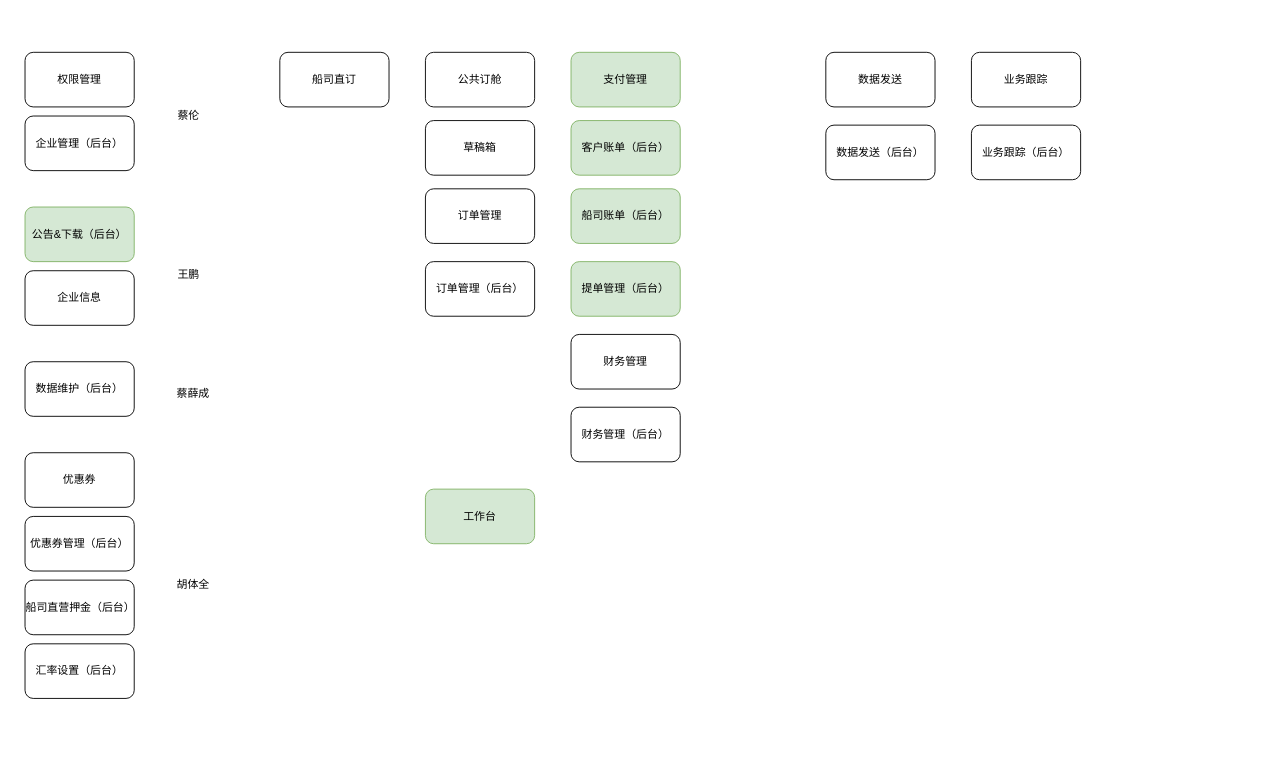
Above: booking/开发模块.drawio in caixuecheng/track-drawio (draw.io), before the change. Source tidied: cells renumbered, new cells numbered last; positions are measured from the earlier drawing's top-left corner, leaving out a move shared by most shapes. Both pictures are drawn from the tidied source at 91%, with x=0, y=0 at pixel (25, 52).
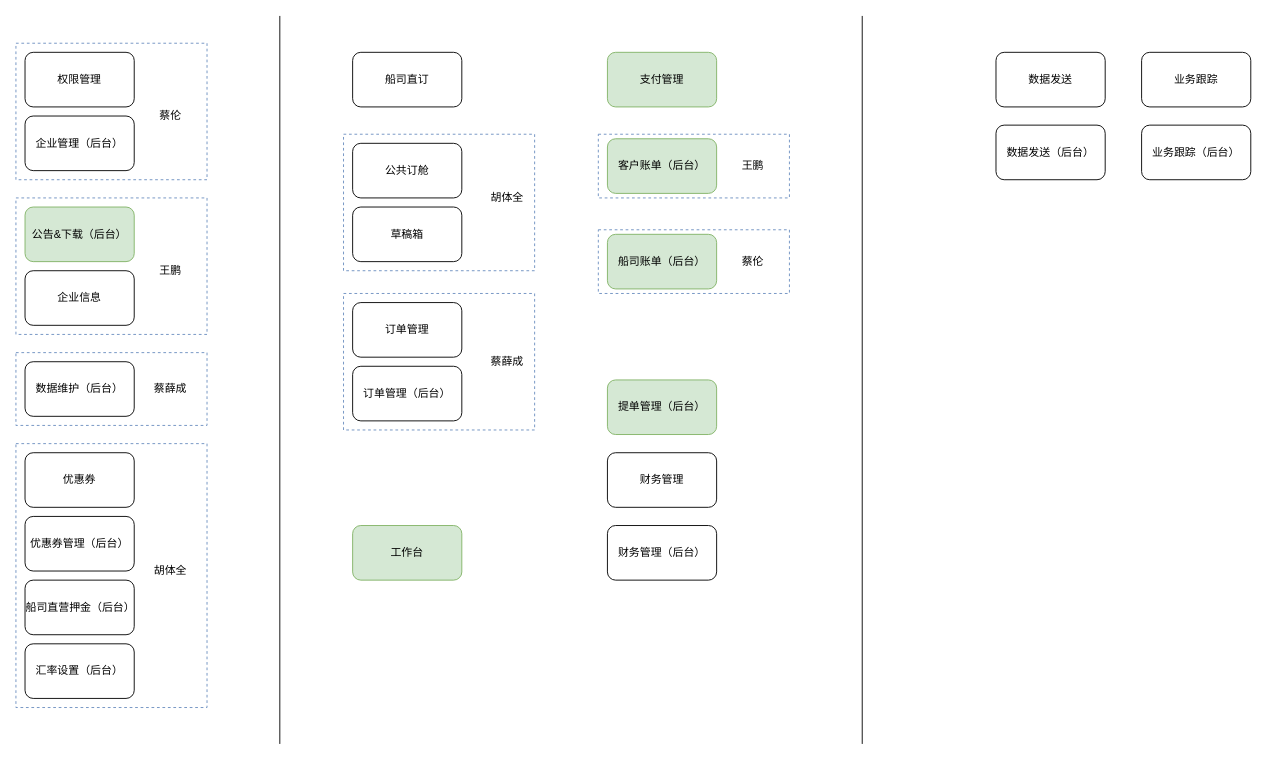
The same page after the edit.

Commit message:
更新开发模块.drawio

Change to the diagram source:
```diff
@@
+    <mxCell id="31" style="rounded=0;whiteSpace=wrap;html=1;dashed=1;strokeColor=#6c8ebf;fillColor=none;" parent="1" vertex="1">
+      <mxGeometry x="-10" y="430" width="210" height="290" as="geometry" />
+    </mxCell>
+    <mxCell id="32" style="rounded=0;whiteSpace=wrap;html=1;dashed=1;strokeColor=#6c8ebf;fillColor=none;" parent="1" vertex="1">
+      <mxGeometry x="-10" y="160" width="210" height="150" as="geometry" />
+    </mxCell>
+    <mxCell id="33" style="rounded=0;whiteSpace=wrap;html=1;dashed=1;strokeColor=#6c8ebf;fillColor=none;" parent="1" vertex="1">
+      <mxGeometry x="350" y="265" width="210" height="150" as="geometry" />
+    </mxCell>
+    <mxCell id="34" style="rounded=0;whiteSpace=wrap;html=1;dashed=1;strokeColor=#6c8ebf;fillColor=none;" parent="1" vertex="1">
+      <mxGeometry x="350" y="90" width="210" height="150" as="geometry" />
+    </mxCell>
+    <mxCell id="35" style="rounded=0;whiteSpace=wrap;html=1;dashed=1;strokeColor=#6c8ebf;fillColor=none;" parent="1" vertex="1">
+      <mxGeometry x="-10" y="-10" width="210" height="150" as="geometry" />
+    </mxCell>
@@
     <mxCell id="11" value="船司直订" style="rounded=1;whiteSpace=wrap;html=1;" parent="1" vertex="1">
-      <mxGeometry x="280" width="120" height="60" as="geometry" />
+      <mxGeometry x="360" width="120" height="60" as="geometry" />
     </mxCell>
     <mxCell id="12" value="公共订舱" style="rounded=1;whiteSpace=wrap;html=1;" parent="1" vertex="1">
-      <mxGeometry x="440" width="120" height="60" as="geometry" />
+      <mxGeometry x="360" y="100" width="120" height="60" as="geometry" />
     </mxCell>
     <mxCell id="13" value="草稿箱" style="rounded=1;whiteSpace=wrap;html=1;" parent="1" vertex="1">
-      <mxGeometry x="440" y="75" width="120" height="60" as="geometry" />
+      <mxGeometry x="360" y="170" width="120" height="60" as="geometry" />
     </mxCell>
     <mxCell id="14" value="订单管理" style="rounded=1;whiteSpace=wrap;html=1;" parent="1" vertex="1">
-      <mxGeometry x="440" y="150" width="120" height="60" as="geometry" />
+      <mxGeometry x="360" y="275" width="120" height="60" as="geometry" />
     </mxCell>
     <mxCell id="15" value="订单管理（后台）" style="rounded=1;whiteSpace=wrap;html=1;" parent="1" vertex="1">
-      <mxGeometry x="440" y="230" width="120" height="60" as="geometry" />
+      <mxGeometry x="360" y="345" width="120" height="60" as="geometry" />
     </mxCell>
     <mxCell id="16" value="支付管理" style="rounded=1;whiteSpace=wrap;html=1;fillColor=#d5e8d4;strokeColor=#82b366;" parent="1" vertex="1">
-      <mxGeometry x="600" width="120" height="60" as="geometry" />
+      <mxGeometry x="640" width="120" height="60" as="geometry" />
     </mxCell>
     <mxCell id="17" value="客户账单（后台）" style="rounded=1;whiteSpace=wrap;html=1;fillColor=#d5e8d4;strokeColor=#82b366;" parent="1" vertex="1">
-      <mxGeometry x="600" y="75" width="120" height="60" as="geometry" />
+      <mxGeometry x="640" y="95" width="120" height="60" as="geometry" />
     </mxCell>
     <mxCell id="18" value="船司账单（后台）" style="rounded=1;whiteSpace=wrap;html=1;fillColor=#d5e8d4;strokeColor=#82b366;" parent="1" vertex="1">
-      <mxGeometry x="600" y="150" width="120" height="60" as="geometry" />
+      <mxGeometry x="640" y="200" width="120" height="60" as="geometry" />
     </mxCell>
     <mxCell id="19" value="提单管理（后台）" style="rounded=1;whiteSpace=wrap;html=1;fillColor=#d5e8d4;strokeColor=#82b366;" parent="1" vertex="1">
-      <mxGeometry x="600" y="230" width="120" height="60" as="geometry" />
+      <mxGeometry x="640" y="360" width="120" height="60" as="geometry" />
     </mxCell>
     <mxCell id="20" value="财务管理" style="rounded=1;whiteSpace=wrap;html=1;" parent="1" vertex="1">
-      <mxGeometry x="600" y="310" width="120" height="60" as="geometry" />
+      <mxGeometry x="640" y="440" width="120" height="60" as="geometry" />
     </mxCell>
     <mxCell id="21" value="财务管理（后台）" style="rounded=1;whiteSpace=wrap;html=1;" parent="1" vertex="1">
-      <mxGeometry x="600" y="390" width="120" height="60" as="geometry" />
+      <mxGeometry x="640" y="520" width="120" height="60" as="geometry" />
     </mxCell>
     <mxCell id="22" value="工作台" style="rounded=1;whiteSpace=wrap;html=1;fillColor=#d5e8d4;strokeColor=#82b366;" parent="1" vertex="1">
-      <mxGeometry x="440" y="480" width="120" height="60" as="geometry" />
+      <mxGeometry x="360" y="520" width="120" height="60" as="geometry" />
     </mxCell>
     <mxCell id="23" value="数据发送" style="rounded=1;whiteSpace=wrap;html=1;" parent="1" vertex="1">
-      <mxGeometry x="880" width="120" height="60" as="geometry" />
+      <mxGeometry x="1067" width="120" height="60" as="geometry" />
     </mxCell>
     <mxCell id="24" value="数据发送（后台）" style="rounded=1;whiteSpace=wrap;html=1;" parent="1" vertex="1">
-      <mxGeometry x="880" y="80" width="120" height="60" as="geometry" />
+      <mxGeometry x="1067" y="80" width="120" height="60" as="geometry" />
     </mxCell>
     <mxCell id="25" value="业务跟踪" style="rounded=1;whiteSpace=wrap;html=1;" parent="1" vertex="1">
-      <mxGeometry x="1040" width="120" height="60" as="geometry" />
+      <mxGeometry x="1227" width="120" height="60" as="geometry" />
     </mxCell>
     <mxCell id="26" value="业务跟踪（后台）" style="rounded=1;whiteSpace=wrap;html=1;" parent="1" vertex="1">
-      <mxGeometry x="1040" y="80" width="120" height="60" as="geometry" />
+      <mxGeometry x="1227" y="80" width="120" height="60" as="geometry" />
     </mxCell>
     <mxCell id="27" value="蔡伦" style="text;html=1;strokeColor=none;fillColor=none;align=center;verticalAlign=middle;whiteSpace=wrap;rounded=0;" parent="1" vertex="1">
-      <mxGeometry x="160" y="60" width="40" height="20" as="geometry" />
+      <mxGeometry x="140" y="60" width="40" height="20" as="geometry" />
     </mxCell>
     <mxCell id="28" value="王鹏" style="text;html=1;strokeColor=none;fillColor=none;align=center;verticalAlign=middle;whiteSpace=wrap;rounded=0;" parent="1" vertex="1">
-      <mxGeometry x="160" y="235" width="40" height="20" as="geometry" />
+      <mxGeometry x="140" y="230" width="40" height="20" as="geometry" />
     </mxCell>
     <mxCell id="29" value="蔡薛成" style="text;html=1;strokeColor=none;fillColor=none;align=center;verticalAlign=middle;whiteSpace=wrap;rounded=0;" parent="1" vertex="1">
-      <mxGeometry x="160" y="365" width="50" height="20" as="geometry" />
+      <mxGeometry x="135" y="360" width="50" height="20" as="geometry" />
     </mxCell>
     <mxCell id="30" value="胡体全" style="text;html=1;strokeColor=none;fillColor=none;align=center;verticalAlign=middle;whiteSpace=wrap;rounded=0;" parent="1" vertex="1">
-      <mxGeometry x="160" y="575" width="50" height="20" as="geometry" />
+      <mxGeometry x="135" y="560" width="50" height="20" as="geometry" />
     </mxCell>
+    <mxCell id="36" value="胡体全" style="text;html=1;strokeColor=none;fillColor=none;align=center;verticalAlign=middle;whiteSpace=wrap;rounded=0;" parent="1" vertex="1">
+      <mxGeometry x="510" y="150" width="40" height="20" as="geometry" />
+    </mxCell>
+    <mxCell id="37" value="蔡薛成" style="text;html=1;strokeColor=none;fillColor=none;align=center;verticalAlign=middle;whiteSpace=wrap;rounded=0;" parent="1" vertex="1">
+      <mxGeometry x="510" y="330" width="40" height="20" as="geometry" />
+    </mxCell>
+    <mxCell id="38" style="rounded=0;whiteSpace=wrap;html=1;dashed=1;strokeColor=#6c8ebf;fillColor=none;" parent="1" vertex="1">
+      <mxGeometry x="-10" y="330" width="210" height="80" as="geometry" />
+    </mxCell>
+    <mxCell id="39" style="rounded=0;whiteSpace=wrap;html=1;dashed=1;strokeColor=#6c8ebf;fillColor=none;" parent="1" vertex="1">
+      <mxGeometry x="630" y="90" width="210" height="70" as="geometry" />
+    </mxCell>
+    <mxCell id="40" style="rounded=0;whiteSpace=wrap;html=1;dashed=1;strokeColor=#6c8ebf;fillColor=none;" parent="1" vertex="1">
+      <mxGeometry x="630" y="195" width="210" height="70" as="geometry" />
+    </mxCell>
+    <mxCell id="41" value="王鹏" style="text;html=1;strokeColor=none;fillColor=none;align=center;verticalAlign=middle;whiteSpace=wrap;rounded=0;" parent="1" vertex="1">
+      <mxGeometry x="780" y="115" width="40" height="20" as="geometry" />
+    </mxCell>
+    <mxCell id="42" value="蔡伦" style="text;html=1;strokeColor=none;fillColor=none;align=center;verticalAlign=middle;whiteSpace=wrap;rounded=0;" parent="1" vertex="1">
+      <mxGeometry x="780" y="220" width="40" height="20" as="geometry" />
+    </mxCell>
+    <mxCell id="43" style="endArrow=none;html=1;" parent="1" edge="1">
+      <mxGeometry relative="1" as="geometry">
+        <mxPoint x="280" y="760" as="sourcePoint" />
+        <mxPoint x="280" y="-40" as="targetPoint" />
+      </mxGeometry>
+    </mxCell>
+    <mxCell id="44" style="endArrow=none;html=1;" parent="1" edge="1">
+      <mxGeometry relative="1" as="geometry">
+        <mxPoint x="920" y="760" as="sourcePoint" />
+        <mxPoint x="920" y="-40" as="targetPoint" />
+      </mxGeometry>
+    </mxCell>
```
